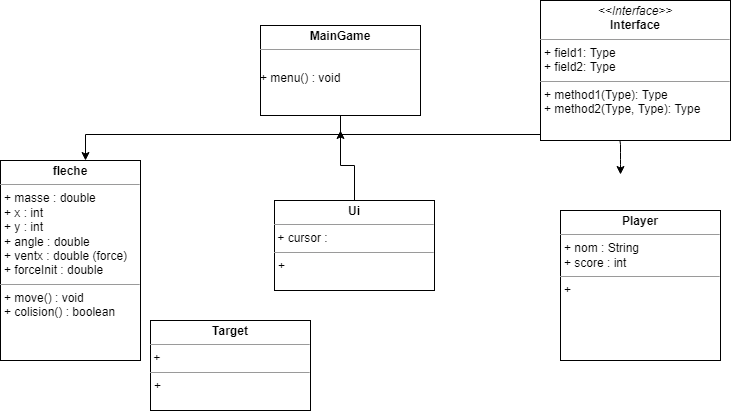
The draw.io diagram UMLDiagram.png in vbard1/mini-projet-2, before a commit. Source tidied: cells renumbered, new cells last; positions are measured from the earlier drawing's top-left corner, leaving out a move shared by most shapes.
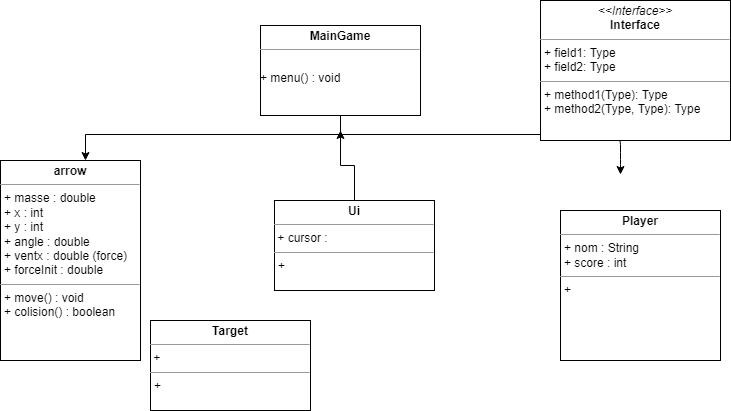
The same file after the commit.

Change to the diagram source:
```diff
@@ -33,7 +33,7 @@
     <mxCell id="6" value="&lt;p style=&quot;margin: 0px ; margin-top: 4px ; text-align: center&quot;&gt;&lt;b&gt;MainGame&lt;/b&gt;&lt;/p&gt;&lt;hr size=&quot;1&quot;&gt;&lt;p style=&quot;margin: 0px ; margin-left: 4px&quot;&gt;&lt;br&gt;&lt;/p&gt;+ menu() : void" style="verticalAlign=top;align=left;overflow=fill;fontSize=12;fontFamily=Helvetica;html=1;" parent="1" vertex="1">
       <mxGeometry x="260" y="25" width="160" height="90" as="geometry" />
     </mxCell>
-    <mxCell id="7" value="&lt;p style=&quot;margin: 0px ; margin-top: 4px ; text-align: center&quot;&gt;&lt;b&gt;fleche&lt;/b&gt;&lt;br&gt;&lt;/p&gt;&lt;hr size=&quot;1&quot;&gt;&lt;p style=&quot;margin: 0px ; margin-left: 4px&quot;&gt;+ masse : double&lt;/p&gt;&lt;p style=&quot;margin: 0px ; margin-left: 4px&quot;&gt;+ x : int&lt;/p&gt;&lt;p style=&quot;margin: 0px ; margin-left: 4px&quot;&gt;+ y : int&lt;br&gt;&lt;/p&gt;&lt;p style=&quot;margin: 0px ; margin-left: 4px&quot;&gt;+ angle : double&lt;/p&gt;&lt;p style=&quot;margin: 0px ; margin-left: 4px&quot;&gt;+ ventx : double (force)&lt;/p&gt;&lt;p style=&quot;margin: 0px ; margin-left: 4px&quot;&gt;+ forceInit : double&lt;/p&gt;&lt;hr size=&quot;1&quot;&gt;&lt;p style=&quot;margin: 0px ; margin-left: 4px&quot;&gt;+ move() : void&lt;/p&gt;&lt;p style=&quot;margin: 0px ; margin-left: 4px&quot;&gt;+ colision() : boolean&lt;/p&gt;" style="verticalAlign=top;align=left;overflow=fill;fontSize=12;fontFamily=Helvetica;html=1;" parent="1" vertex="1">
+    <mxCell id="7" value="&lt;p style=&quot;margin: 0px ; margin-top: 4px ; text-align: center&quot;&gt;&lt;b&gt;arrow&lt;/b&gt;&lt;br&gt;&lt;/p&gt;&lt;hr size=&quot;1&quot;&gt;&lt;p style=&quot;margin: 0px ; margin-left: 4px&quot;&gt;+ masse : double&lt;/p&gt;&lt;p style=&quot;margin: 0px ; margin-left: 4px&quot;&gt;+ x : int&lt;/p&gt;&lt;p style=&quot;margin: 0px ; margin-left: 4px&quot;&gt;+ y : int&lt;br&gt;&lt;/p&gt;&lt;p style=&quot;margin: 0px ; margin-left: 4px&quot;&gt;+ angle : double&lt;/p&gt;&lt;p style=&quot;margin: 0px ; margin-left: 4px&quot;&gt;+ ventx : double (force)&lt;/p&gt;&lt;p style=&quot;margin: 0px ; margin-left: 4px&quot;&gt;+ forceInit : double&lt;/p&gt;&lt;hr size=&quot;1&quot;&gt;&lt;p style=&quot;margin: 0px ; margin-left: 4px&quot;&gt;+ move() : void&lt;/p&gt;&lt;p style=&quot;margin: 0px ; margin-left: 4px&quot;&gt;+ colision() : boolean&lt;/p&gt;" style="verticalAlign=top;align=left;overflow=fill;fontSize=12;fontFamily=Helvetica;html=1;" parent="1" vertex="1">
       <mxGeometry y="160" width="140" height="200" as="geometry" />
     </mxCell>
     <mxCell id="8" style="edgeStyle=orthogonalEdgeStyle;rounded=0;jettySize=auto;html=1;exitX=0.5;exitY=0;exitDx=0;exitDy=0;" parent="1" edge="1" source="9">
```
